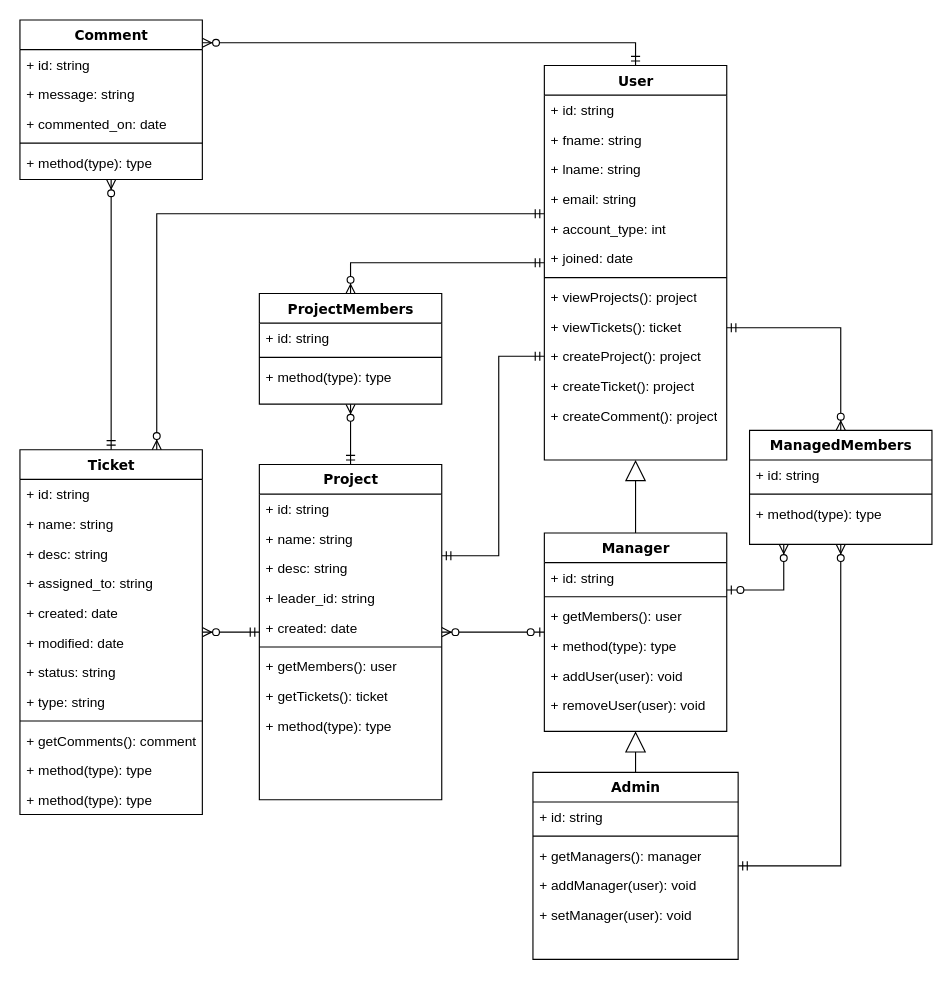
This is erd.drawio from jsaji/issue-indexer, a draw.io file, before an edit. Source tidied: cells renumbered, new cells numbered last; positions are measured from the earlier drawing's top-left corner, leaving out a move shared by most shapes. Both pictures are drawn from the tidied source at 114%, with x=0, y=0 at pixel (19, 19).
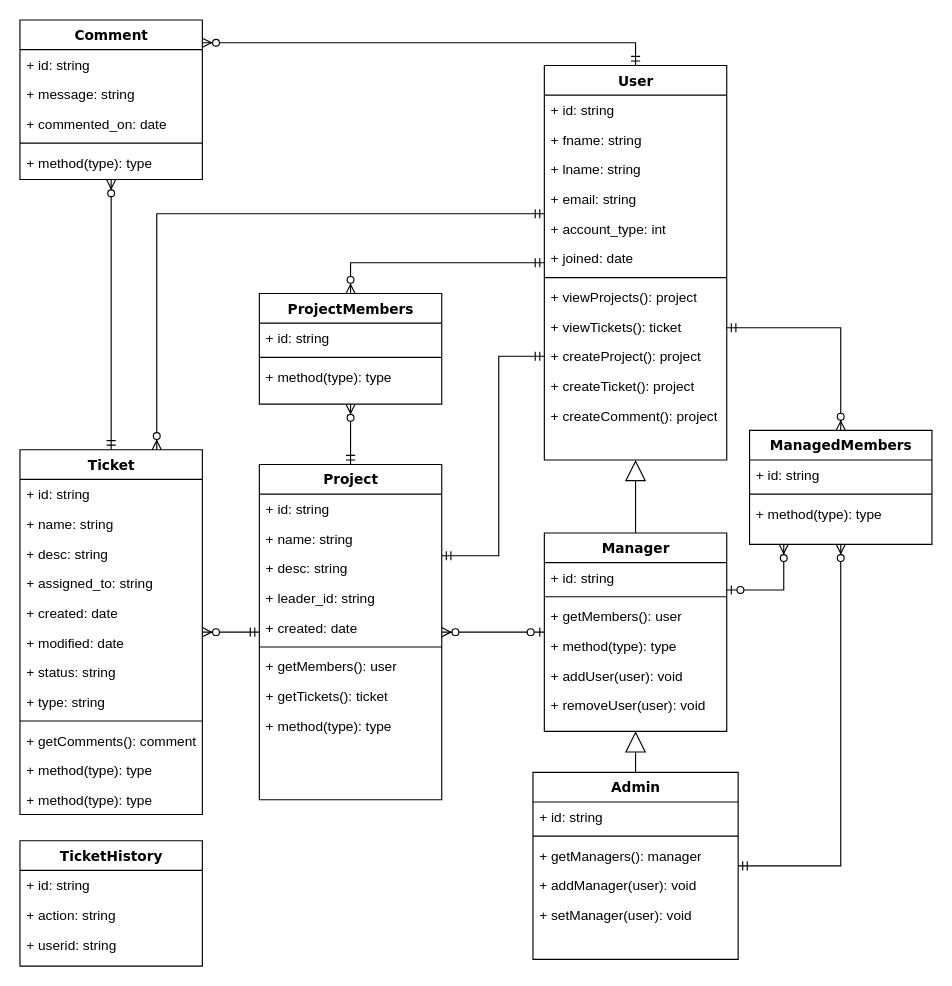
Above is the later version.

The edit, as a diff of the source:
```diff
@@
+    <mxCell id="78" value="TicketHistory" style="swimlane;html=1;fontStyle=1;align=center;verticalAlign=top;horizontal=1;startSize=26;swimlaneFillColor=#ffffff;rounded=0;shadow=0;comic=0;labelBackgroundColor=none;strokeWidth=1;fillColor=none;fontFamily=Verdana;fontSize=12;" parent="1" vertex="1">
+      <mxGeometry y="720" width="160" height="110" as="geometry" />
+    </mxCell>
+    <mxCell id="79" value="+ id: string" style="text;html=1;strokeColor=none;fillColor=none;align=left;verticalAlign=top;spacingLeft=4;spacingRight=4;whiteSpace=wrap;overflow=hidden;" parent="78" vertex="1">
+      <mxGeometry y="26" width="160" height="26" as="geometry" />
+    </mxCell>
+    <mxCell id="80" value="+ action: string" style="text;html=1;strokeColor=none;fillColor=none;align=left;verticalAlign=top;spacingLeft=4;spacingRight=4;whiteSpace=wrap;overflow=hidden;" parent="78" vertex="1">
+      <mxGeometry y="52" width="160" height="26" as="geometry" />
+    </mxCell>
+    <mxCell id="81" value="+ userid: string" style="text;html=1;strokeColor=none;fillColor=none;align=left;verticalAlign=top;spacingLeft=4;spacingRight=4;whiteSpace=wrap;overflow=hidden;" parent="78" vertex="1">
+      <mxGeometry y="78" width="160" height="26" as="geometry" />
+    </mxCell>
```
